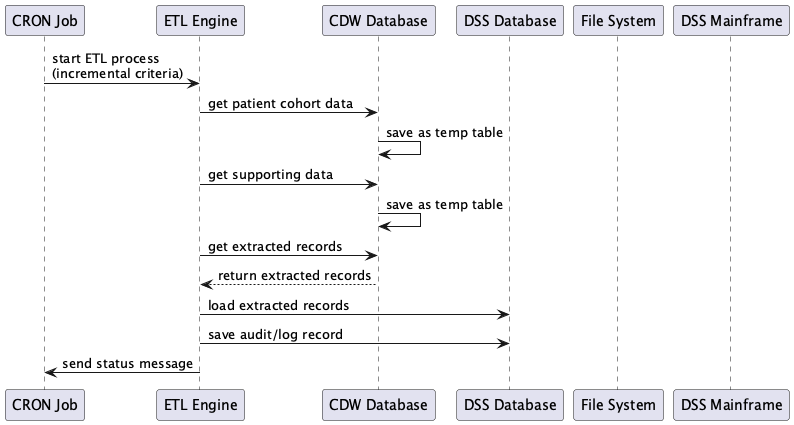
Earlier version of the PlantUML export _docs/design-spec/plantuml/sdd-figure4.png (cps-software/med-insight). Source of this version:
```plantuml
@startuml


participant   "CRON Job"       as CRN
participant   "ETL Engine"     as ETL
participant   "CDW Database"   as CDW
participant   "DSS Database"   as DDB
participant   "File System"    as FSY
participant   "DSS Mainframe"  as DMF

CRN ->  ETL : start ETL process\n(incremental criteria)
ETL ->  CDW : get patient cohort data
CDW ->  CDW : save as temp table
ETL ->  CDW : get supporting data
CDW ->  CDW : save as temp table
ETL ->  CDW : get extracted records
CDW --> ETL : return extracted records
ETL ->  DDB : load extracted records
ETL ->  DDB : save audit/log record
ETL ->  CRN : send status message

@enduml
```
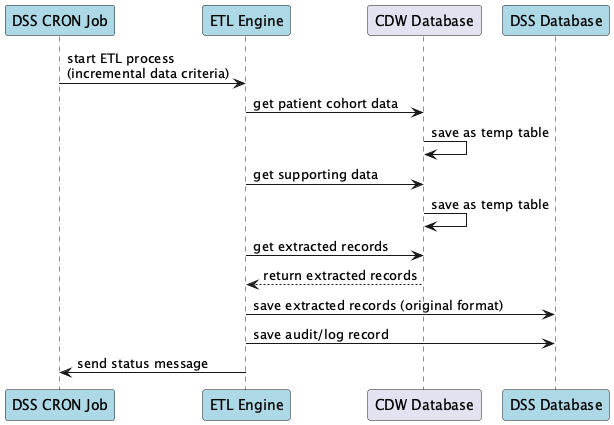
The same diagram one commit later.

Diff of the diagram source:
```diff
@@ -1,21 +1,19 @@
 @startuml
 
 
-participant   "CRON Job"       as CRN
-participant   "ETL Engine"     as ETL
+participant   "DSS CRON Job"   as CRN #lightblue
+participant   "ETL Engine"     as ETL #lightblue
 participant   "CDW Database"   as CDW
-participant   "DSS Database"   as DDB
-participant   "File System"    as FSY
-participant   "DSS Mainframe"  as DMF
+participant   "DSS Database"   as DDB #lightblue
 
-CRN ->  ETL : start ETL process\n(incremental criteria)
+CRN ->  ETL : start ETL process\n(incremental data criteria)
 ETL ->  CDW : get patient cohort data
 CDW ->  CDW : save as temp table
 ETL ->  CDW : get supporting data
 CDW ->  CDW : save as temp table
 ETL ->  CDW : get extracted records
 CDW --> ETL : return extracted records
-ETL ->  DDB : load extracted records
+ETL ->  DDB : save extracted records (original format)
 ETL ->  DDB : save audit/log record
 ETL ->  CRN : send status message
 
```
